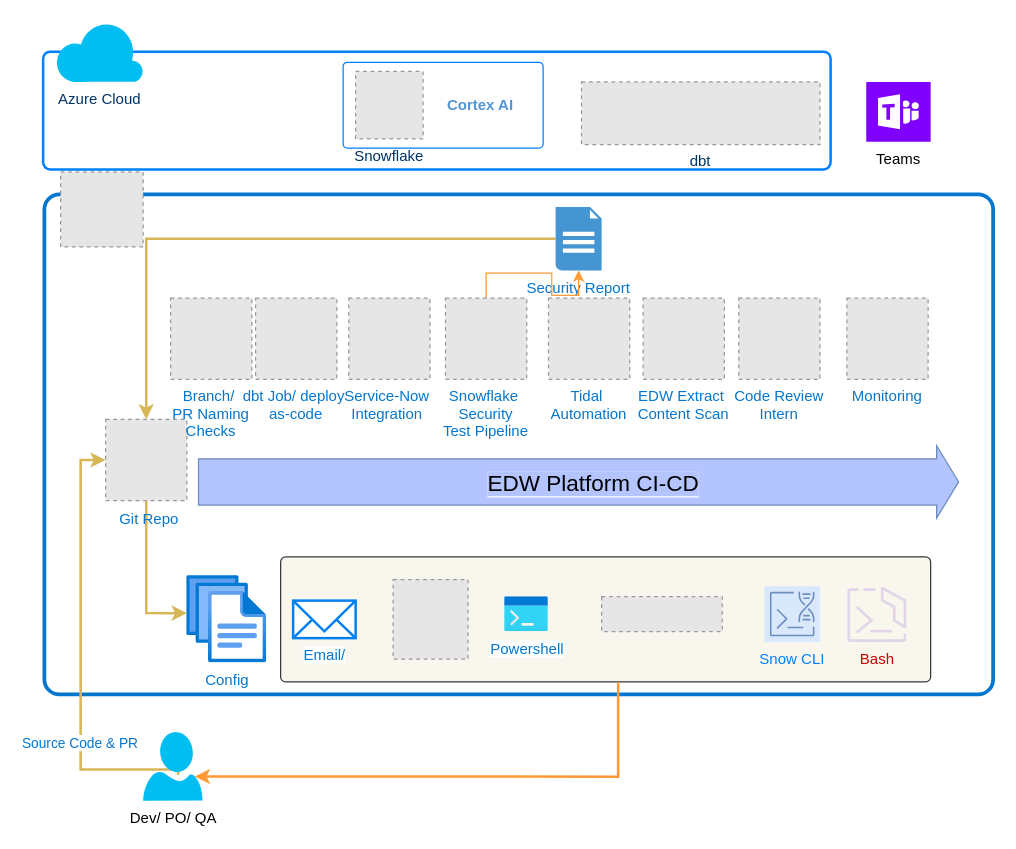
The draw.io diagram AzureDevOpsAutomations.drawio in jijeeshme/diagrams, before the edit. Source tidied: cells renumbered, new cells numbered last; positions are measured from the earlier drawing's top-left corner, leaving out a move shared by most shapes. Both pictures are drawn from the tidied source at 125%, with x=0, y=0 at pixel (42, 21). Pictures stored in the file or linked from it are replaced by grey dashed boxes.
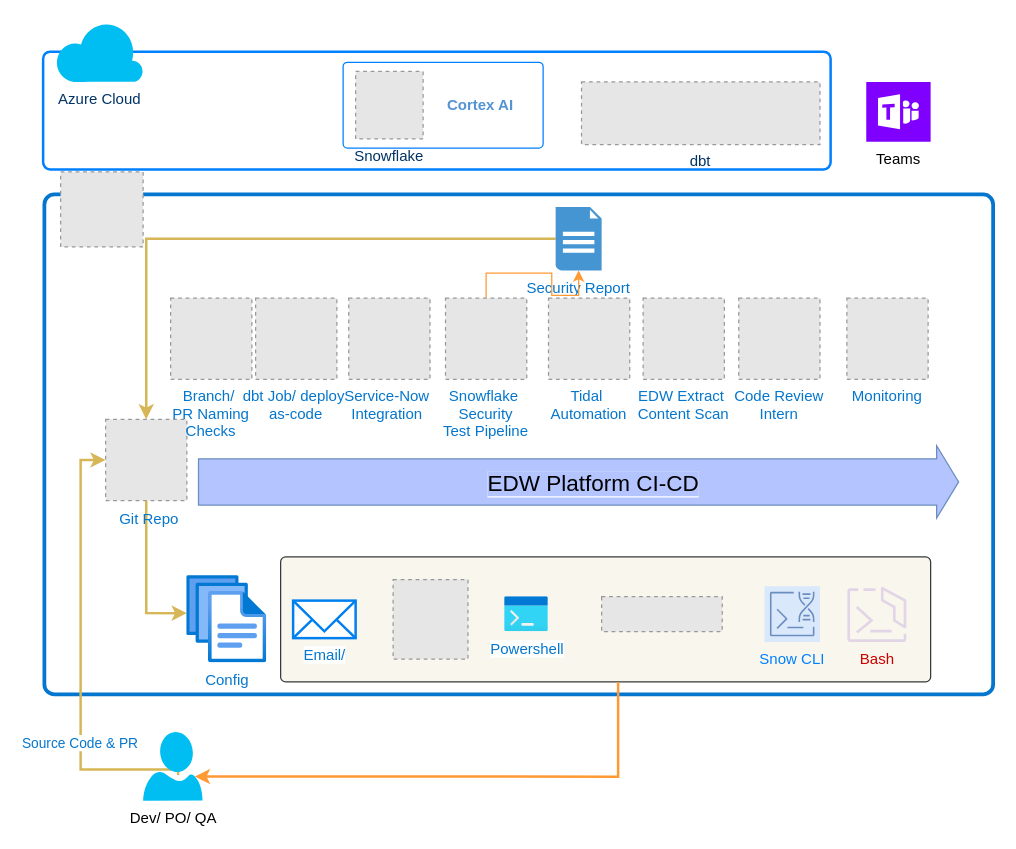
The same page after the edit.

Diff of the diagram source:
```diff
@@
-    <mxCell id="4" style="rounded=1;whiteSpace=wrap;html=1;fillColor=none;arcSize=3;strokeColor=#0476CD;strokeWidth=3;" parent="1" vertex="1">
+    <mxCell id="4" style="rounded=1;whiteSpace=wrap;html=1;fillColor=none;arcSize=2;strokeColor=#0476CD;strokeWidth=3;" parent="1" vertex="1">
       <mxGeometry x="1" y="138" width="759" height="400" as="geometry" />
     </mxCell>
```
